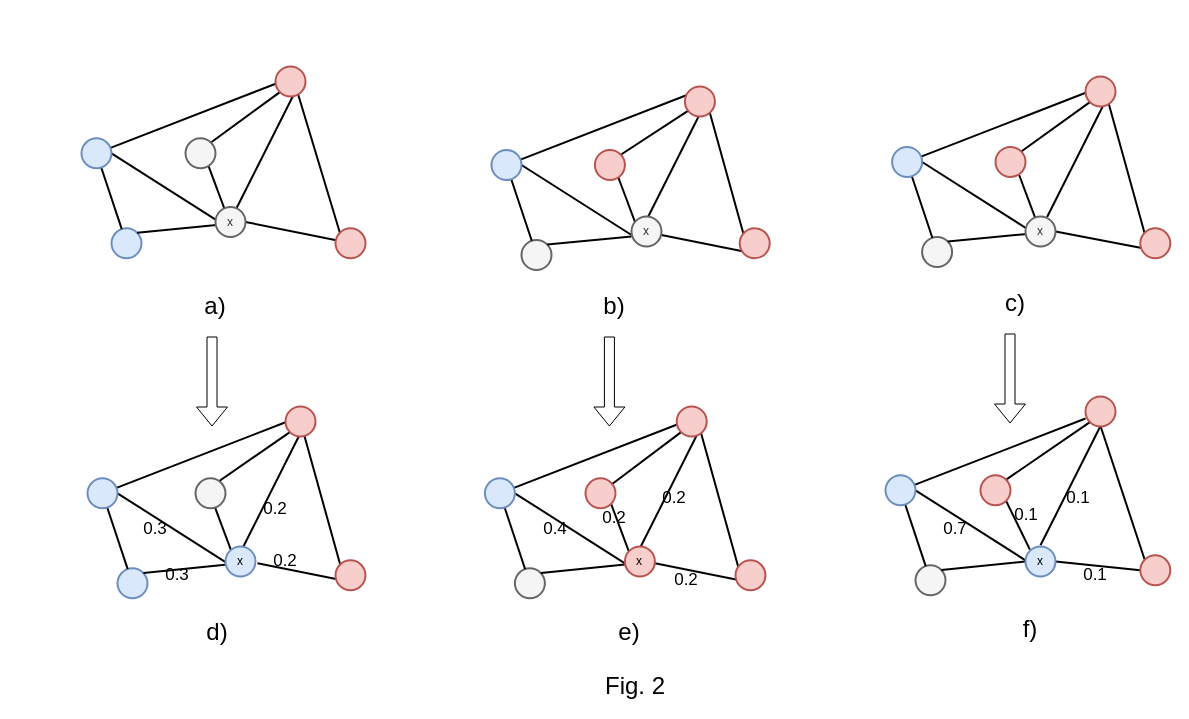
This is page "第 6 页" (6 of 7) of attention embedding.drawio from zjtone/RL-Note, a draw.io file, before an edit. Source tidied: cells renumbered, new cells numbered last; positions are measured from the earlier drawing's top-left corner, leaving out a move shared by most shapes. Both pictures are drawn from the tidied source at 100%, with x=0, y=0 at pixel (81, 66).
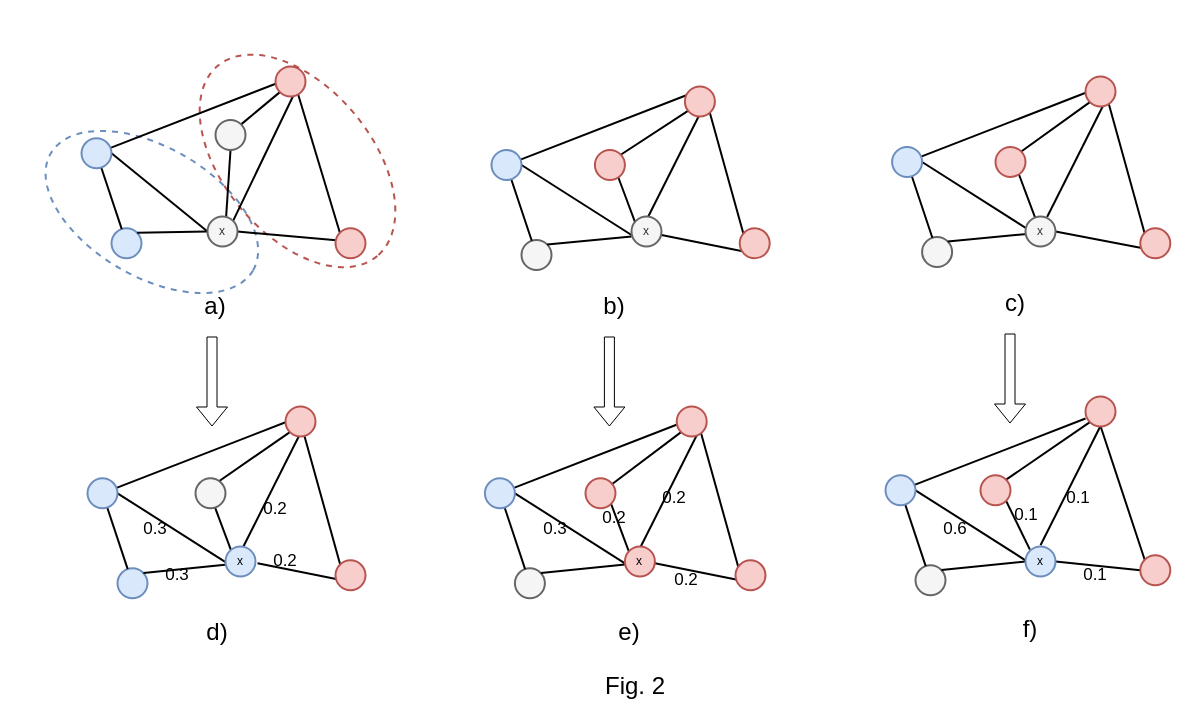
After the change.

The change refers to these unchanged cells:
```xml
<mxCell id="2" style="ellipse;whiteSpace=wrap;html=1;fillColor=#dae8fc;strokeColor=#6c8ebf;strokeWidth=2;" parent="1" vertex="1">
  <mxGeometry x="30" y="161.8" width="30" height="30" as="geometry" />
</mxCell>
<mxCell id="6" style="ellipse;whiteSpace=wrap;html=1;fillColor=#dae8fc;strokeColor=#6c8ebf;strokeWidth=2;" parent="1" vertex="1">
  <mxGeometry y="71.8" width="30" height="30" as="geometry" />
</mxCell>
<mxCell id="88" style="ellipse;whiteSpace=wrap;html=1;fillColor=#f8cecc;strokeColor=#b85450;strokeWidth=2;" parent="1" vertex="1">
  <mxGeometry x="194" width="30" height="30" as="geometry" />
</mxCell>
```

The edit, as a diff of the source:
```diff
@@
+    <mxCell id="120" style="ellipse;whiteSpace=wrap;html=1;strokeWidth=2;fillColor=none;fontSize=17;rotation=30;strokeColor=#6c8ebf;dashed=1;" parent="1" vertex="1">
+      <mxGeometry x="-46.5" y="80.6" width="233.7" height="129.7" as="geometry" />
+    </mxCell>
+    <mxCell id="121" style="ellipse;whiteSpace=wrap;html=1;strokeWidth=2;fillColor=none;fontSize=17;rotation=50;strokeColor=#b85450;dashed=1;" parent="1" vertex="1">
+      <mxGeometry x="91.9" y="20.5" width="248.2" height="147.8" as="geometry" />
+    </mxCell>
@@
-    <mxCell id="5" style="edgeStyle=none;rounded=0;jettySize=auto;html=1;entryX=0;entryY=0.5;entryDx=0;entryDy=0;endArrow=none;endFill=0;strokeWidth=2;exitX=1;exitY=0.5;exitDx=0;exitDy=0;" parent="1" edge="1" source="6">
-      <mxGeometry relative="1" as="geometry">
-        <mxPoint x="140" y="156.8" as="targetPoint" />
-      </mxGeometry>
+    <mxCell id="5" style="edgeStyle=none;rounded=0;jettySize=auto;html=1;entryX=0;entryY=0.5;entryDx=0;entryDy=0;endArrow=none;endFill=0;strokeWidth=2;exitX=1;exitY=0.5;exitDx=0;exitDy=0;" parent="1" edge="1" source="6" target="90">
+      <mxGeometry relative="1" as="geometry" />
     </mxCell>
@@
-    <mxCell id="7" style="rounded=0;jettySize=auto;html=1;entryX=1;entryY=0;entryDx=0;entryDy=0;endArrow=none;endFill=0;strokeWidth=2;" parent="1" edge="1" target="2">
-      <mxGeometry relative="1" as="geometry">
-        <mxPoint x="140.1" y="158.1" as="sourcePoint" />
-      </mxGeometry>
+    <mxCell id="7" style="rounded=0;jettySize=auto;html=1;entryX=1;entryY=0;entryDx=0;entryDy=0;endArrow=none;endFill=0;strokeWidth=2;exitX=0;exitY=0.5;exitDx=0;exitDy=0;" parent="1" edge="1" source="90" target="2">
+      <mxGeometry relative="1" as="geometry" />
     </mxCell>
@@
-    <mxCell id="10" style="rounded=0;orthogonalLoop=1;jettySize=auto;html=1;entryX=0.5;entryY=0;entryDx=0;entryDy=0;endArrow=none;endFill=0;strokeWidth=2;exitX=0.5;exitY=1;exitDx=0;exitDy=0;" parent="1" edge="1">
+    <mxCell id="10" style="rounded=0;jettySize=auto;html=1;entryX=1;entryY=0;entryDx=0;entryDy=0;endArrow=none;endFill=0;strokeWidth=2;exitX=0.5;exitY=1;exitDx=0;exitDy=0;" parent="1" edge="1" target="90">
       <mxGeometry relative="1" as="geometry">
         <mxPoint x="215" y="22.5" as="sourcePoint" />
-        <mxPoint x="155" y="141.8" as="targetPoint" />
       </mxGeometry>
     </mxCell>
@@
-    <mxCell id="12" style="edgeStyle=none;rounded=0;orthogonalLoop=1;jettySize=auto;html=1;exitX=0.5;exitY=1;exitDx=0;exitDy=0;entryX=0;entryY=0;entryDx=0;entryDy=0;endArrow=none;endFill=0;strokeWidth=2;fontSize=24;" parent="1" edge="1">
+    <mxCell id="12" style="edgeStyle=none;rounded=0;jettySize=auto;html=1;exitX=0.5;exitY=1;exitDx=0;exitDy=0;endArrow=none;endFill=0;strokeWidth=2;fontSize=24;" parent="1" edge="1" source="89">
       <mxGeometry relative="1" as="geometry">
-        <mxPoint x="125" y="94.2" as="sourcePoint" />
-        <mxPoint x="144.4" y="146.1" as="targetPoint" />
+        <mxPoint x="144" y="160" as="targetPoint" />
       </mxGeometry>
     </mxCell>
-    <mxCell id="13" style="edgeStyle=none;rounded=0;jettySize=auto;html=1;exitX=0.5;exitY=0;exitDx=0;exitDy=0;entryX=0;entryY=1;entryDx=0;entryDy=0;endArrow=none;endFill=0;strokeWidth=2;fontSize=24;" parent="1" edge="1" target="88">
-      <mxGeometry relative="1" as="geometry">
-        <mxPoint x="125" y="79.2" as="sourcePoint" />
-      </mxGeometry>
+    <mxCell id="13" style="edgeStyle=none;rounded=0;jettySize=auto;html=1;exitX=1;exitY=0;exitDx=0;exitDy=0;entryX=0;entryY=1;entryDx=0;entryDy=0;endArrow=none;endFill=0;strokeWidth=2;fontSize=24;" parent="1" edge="1" source="89" target="88">
+      <mxGeometry relative="1" as="geometry" />
     </mxCell>
@@
-    <mxCell id="84" value="0.7" style="text;html=1;align=center;verticalAlign=middle;whiteSpace=wrap;rounded=0;fontSize=17;" parent="1" vertex="1">
+    <mxCell id="84" value="0.6" style="text;html=1;align=center;verticalAlign=middle;whiteSpace=wrap;rounded=0;fontSize=17;" parent="1" vertex="1">
       <mxGeometry x="854" y="453" width="40" height="20" as="geometry" />
     </mxCell>
@@
     <mxCell id="89" style="ellipse;whiteSpace=wrap;html=1;fillColor=#f5f5f5;strokeColor=#666666;strokeWidth=2;fontColor=#333333;" parent="1" vertex="1">
-      <mxGeometry x="104" y="71.8" width="30" height="30" as="geometry" />
+      <mxGeometry x="134" y="53.5" width="30" height="30" as="geometry" />
     </mxCell>
     <mxCell id="90" value="x" style="ellipse;whiteSpace=wrap;html=1;fillColor=#f5f5f5;strokeColor=#666666;strokeWidth=2;fontColor=#333333;" parent="1" vertex="1">
-      <mxGeometry x="134" y="140.5" width="30" height="30" as="geometry" />
+      <mxGeometry x="126" y="150" width="30" height="30" as="geometry" />
     </mxCell>
@@
-    <mxCell id="119" value="0.4" style="text;html=1;align=center;verticalAlign=middle;whiteSpace=wrap;rounded=0;fontSize=17;" parent="1" vertex="1">
+    <mxCell id="119" value="0.3" style="text;html=1;align=center;verticalAlign=middle;whiteSpace=wrap;rounded=0;fontSize=17;" parent="1" vertex="1">
       <mxGeometry x="454" y="453" width="40" height="20" as="geometry" />
     </mxCell>
```
